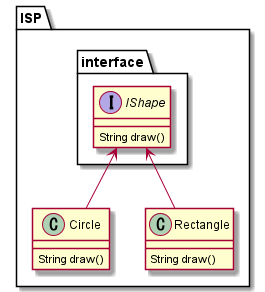
Above: out/ISP/ISP/ISP.png in RyoMa99/SOLID (PlantUML), before the change. The source it was exported from:
```plantuml
@startuml ISP
  package ISP {
    package interface {
      interface IShape {
        String draw()
      }
    }

    class Circle {
      String draw()
    }

    class Rectangle{
      String draw()
    }

    IShape <-- Circle
    IShape <-- Rectangle
  }
@enduml
```
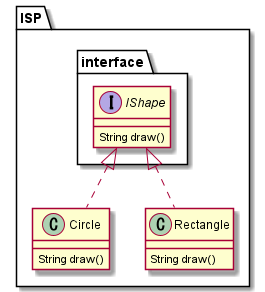
After the commit.

Change to the diagram source:
```diff
@@ -14,7 +14,7 @@
       String draw()
     }
 
-    IShape <-- Circle
-    IShape <-- Rectangle
+    IShape <|.. Circle
+    IShape <|.. Rectangle
   }
 @enduml
```
